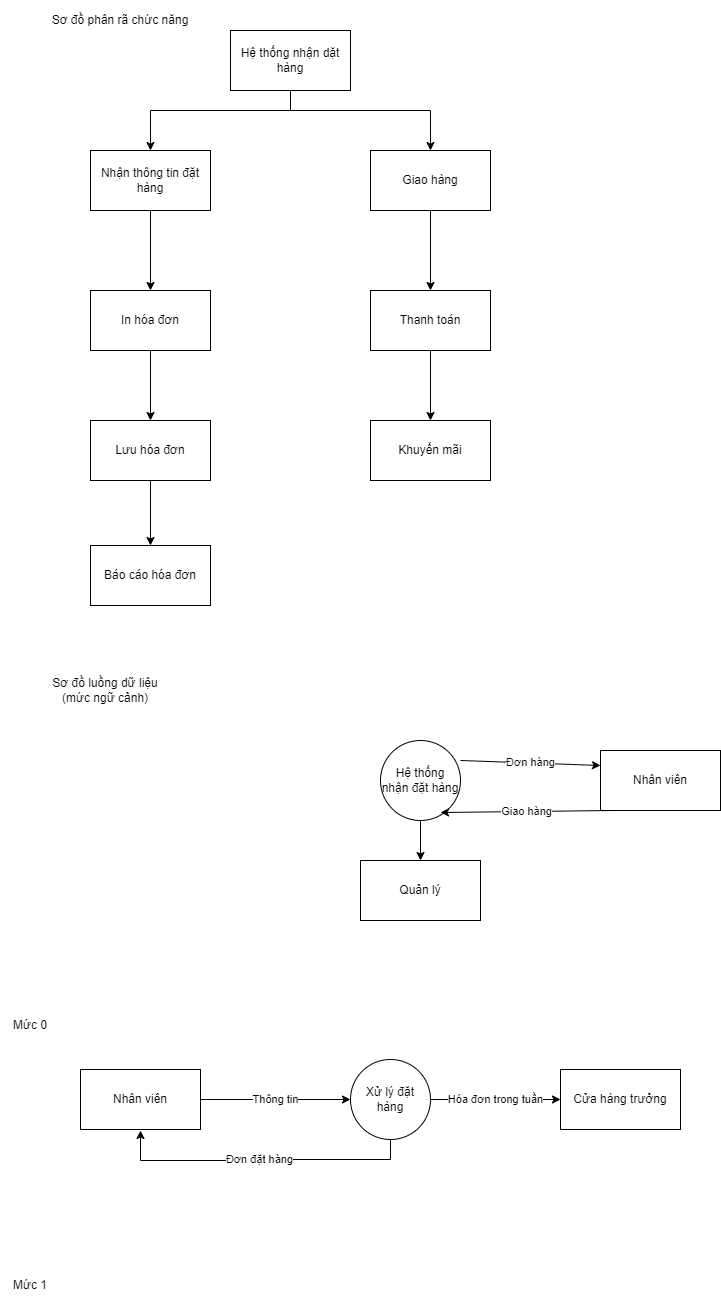
Before: DFD3.png, a diagram exported from draw.io (InfiniteByte1811/branch1). Source tidied: cells renumbered, new cells last; positions are measured from the earlier drawing's top-left corner, leaving out a move shared by most shapes.
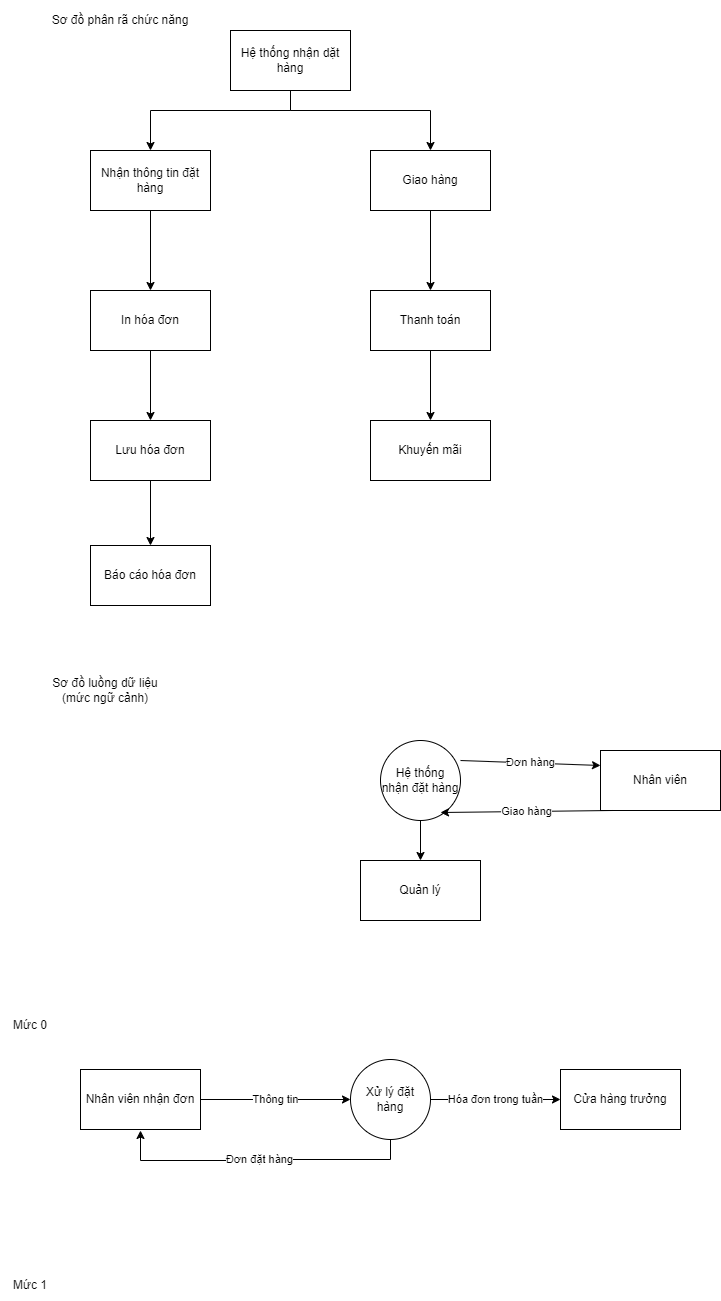
Later version of the same file.

Commit message:
Cập nhật DFD3.png

Diff of the diagram source:
```diff
@@ -98,7 +98,7 @@
     <mxCell id="27" value="Thông tin" style="edgeStyle=orthogonalEdgeStyle;rounded=0;jettySize=auto;html=1;" parent="1" edge="1" source="28" target="31">
       <mxGeometry relative="1" as="geometry" />
     </mxCell>
-    <mxCell id="28" value="Nhân viên" style="rounded=0;whiteSpace=wrap;html=1;" parent="1" vertex="1">
+    <mxCell id="28" value="Nhân viên nhận đơn" style="rounded=0;whiteSpace=wrap;html=1;" parent="1" vertex="1">
       <mxGeometry x="80" y="1069" width="120" height="60" as="geometry" />
     </mxCell>
     <mxCell id="29" value="Hóa đơn trong tuần" style="edgeStyle=orthogonalEdgeStyle;rounded=0;jettySize=auto;html=1;entryX=0;entryY=0.5;entryDx=0;entryDy=0;" parent="1" edge="1" source="31" target="26">
```
